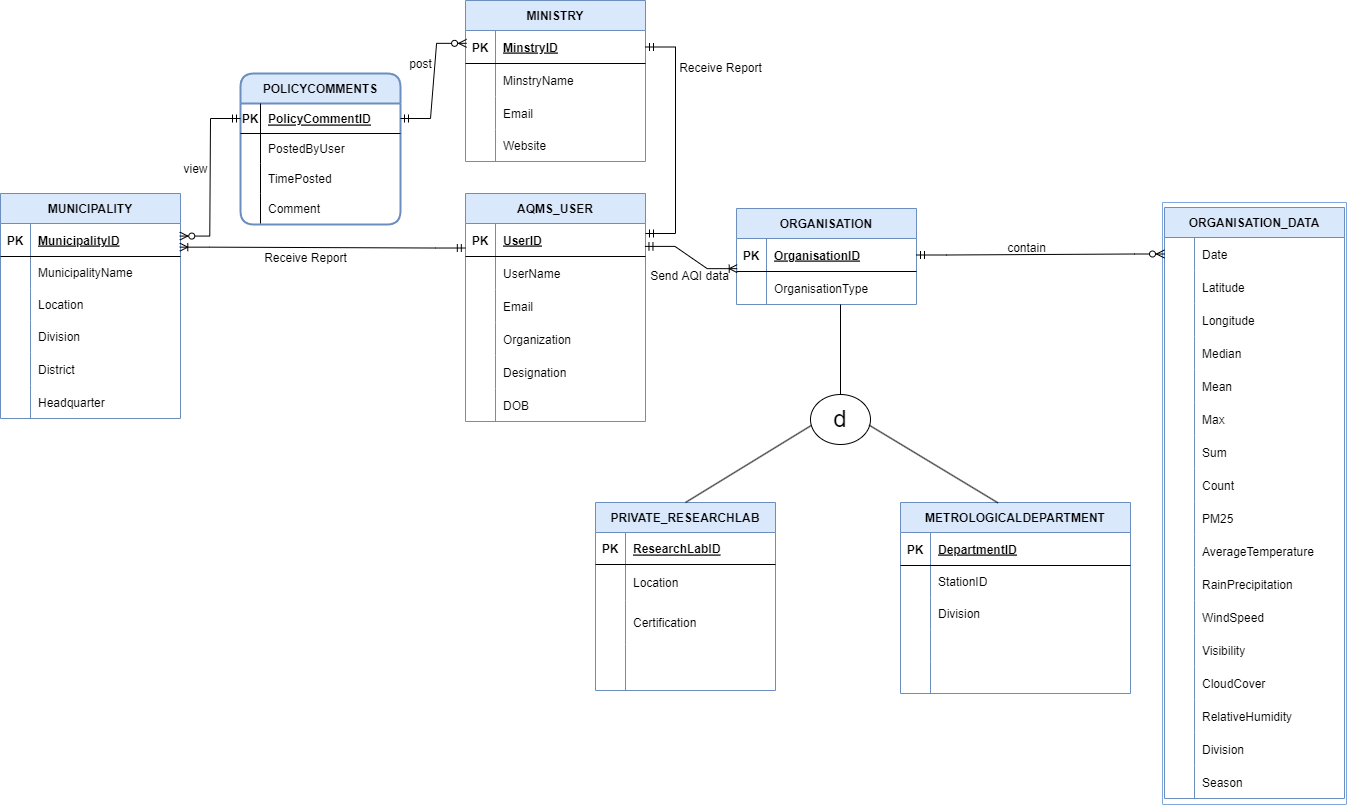
Earlier version of the draw.io export EERD.png (toushifhossain1/AirQualityMonitoringOfBangladesh). Source tidied: cells renumbered, new cells last; positions are measured from the earlier drawing's top-left corner, leaving out a move shared by most shapes.
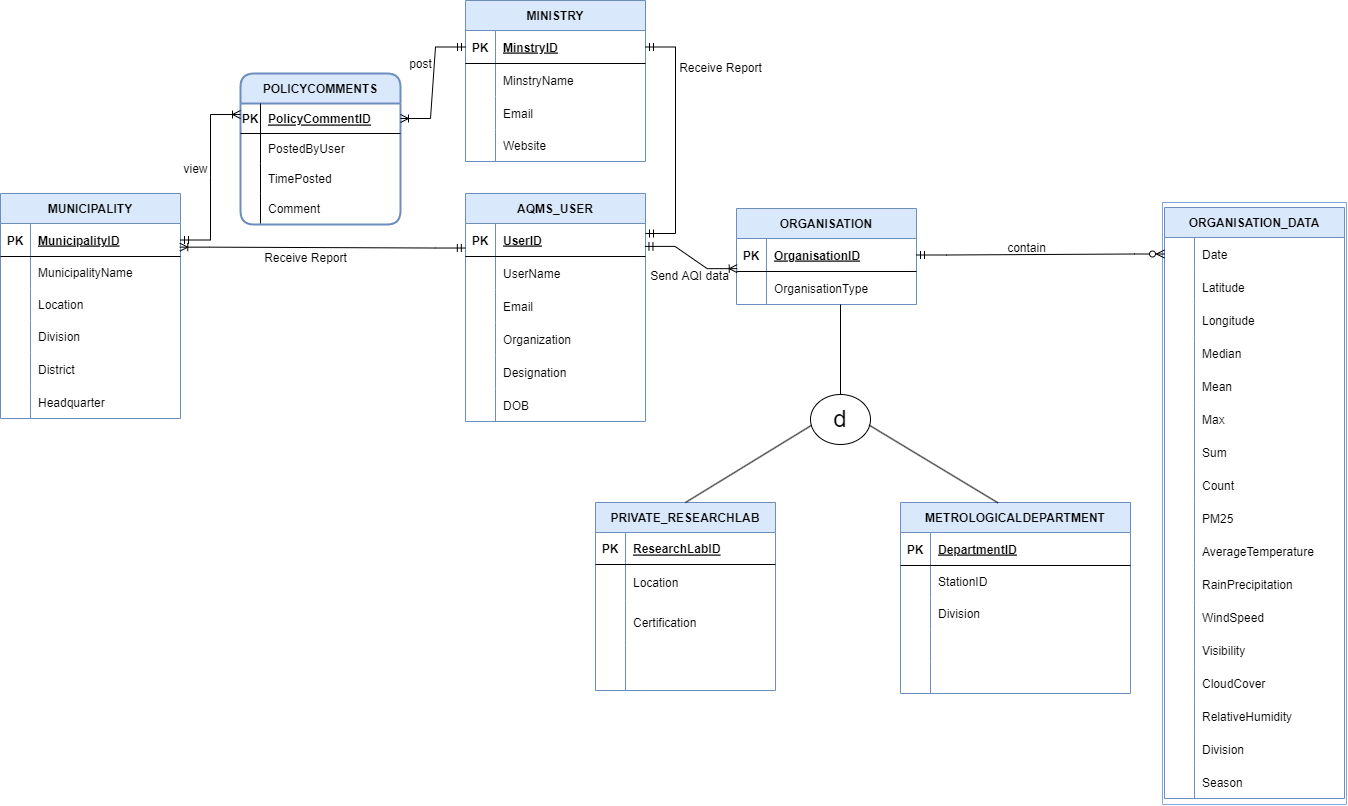
After the change.

The edit, as a diff of the source:
```diff
@@ -527,17 +527,17 @@
     <mxCell id="172" value="Send AQI data" style="text;html=1;align=center;verticalAlign=middle;strokeColor=none;fillColor=none;" parent="1" vertex="1">
       <mxGeometry x="639" y="261" width="100" height="30" as="geometry" />
     </mxCell>
-    <mxCell id="173" style="edgeStyle=entityRelationEdgeStyle;fontSize=12;html=1;endArrow=ERzeroToMany;startArrow=ERmandOne;rounded=0;strokeColor=#000000;entryX=0.996;entryY=0.381;entryDx=0;entryDy=0;entryPerimeter=0;exitX=0;exitY=0.5;exitDx=0;exitDy=0;" parent="1" edge="1" source="90" target="22">
-      <mxGeometry relative="1" as="geometry" />
-    </mxCell>
-    <mxCell id="174" style="edgeStyle=entityRelationEdgeStyle;fontSize=12;html=1;endArrow=ERzeroToMany;startArrow=ERmandOne;rounded=0;strokeColor=#000000;entryX=0.006;entryY=0.389;entryDx=0;entryDy=0;entryPerimeter=0;exitX=1;exitY=0.5;exitDx=0;exitDy=0;" parent="1" edge="1" source="90" target="54">
-      <mxGeometry relative="1" as="geometry" />
-    </mxCell>
     <mxCell id="175" value="post" style="text;html=1;align=center;verticalAlign=middle;strokeColor=none;fillColor=none;" parent="1" vertex="1">
       <mxGeometry x="395" y="49" width="50" height="30" as="geometry" />
     </mxCell>
     <mxCell id="176" value="view" style="text;html=1;align=center;verticalAlign=middle;strokeColor=none;fillColor=none;" parent="1" vertex="1">
       <mxGeometry x="170" y="154" width="50" height="30" as="geometry" />
     </mxCell>
+    <mxCell id="177" style="edgeStyle=entityRelationEdgeStyle;fontSize=12;html=1;endArrow=ERoneToMany;startArrow=ERmandOne;rounded=0;exitX=1;exitY=0.5;exitDx=0;exitDy=0;entryX=0;entryY=0.367;entryDx=0;entryDy=0;entryPerimeter=0;" parent="1" edge="1" source="22" target="90">
+      <mxGeometry relative="1" as="geometry" />
+    </mxCell>
+    <mxCell id="178" style="edgeStyle=entityRelationEdgeStyle;fontSize=12;html=1;endArrow=ERoneToMany;startArrow=ERmandOne;rounded=0;exitX=0;exitY=0.5;exitDx=0;exitDy=0;entryX=1;entryY=0.5;entryDx=0;entryDy=0;" parent="1" edge="1" source="54" target="90">
+      <mxGeometry relative="1" as="geometry" />
+    </mxCell>
   </root>
 </mxGraphModel>
```
